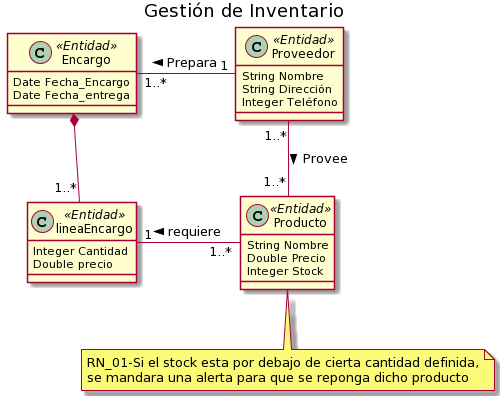
Before: mc/gestión inventario.png, a diagram exported from PlantUML (alvnavriv/Proyecto-IR).
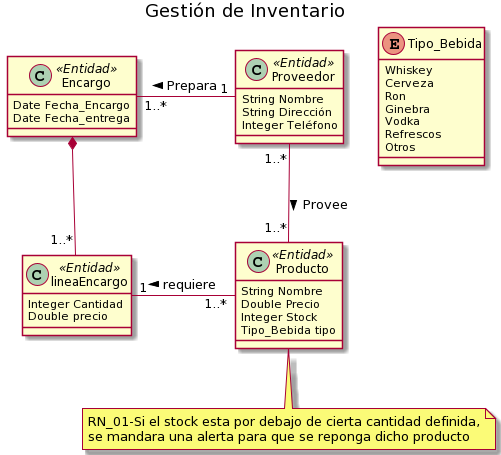
After the commit.

The edit, as a diff of the source:
```diff
@@ -22,8 +22,18 @@
 String Nombre
 Double Precio
 Integer Stock
+Tipo_Bebida tipo
+
 }
-
+Enum Tipo_Bebida{
+Whiskey
+Cerveza
+Ron
+Ginebra
+Vodka
+Refrescos
+Otros
+}
 
 lineaEncargo"1..*" -up-* Encargo
 Proveedor "1..*"--"1..*" Producto: Provee >
```
